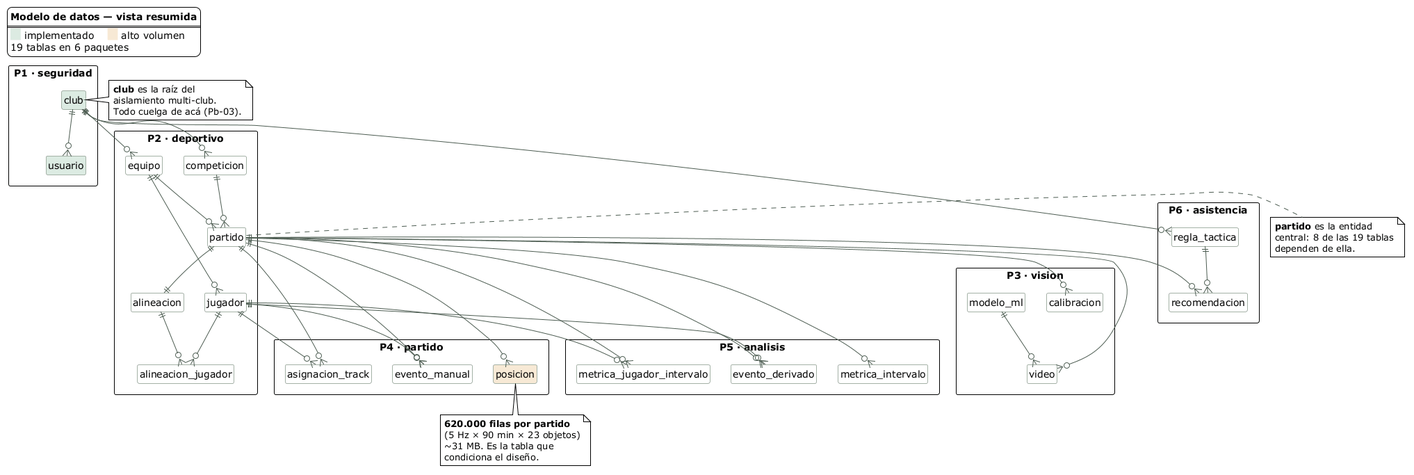
The PlantUML diagram docs/diagramas/modelo-datos-resumen.png in daniel-ol5/analisisfutbol, before a commit.
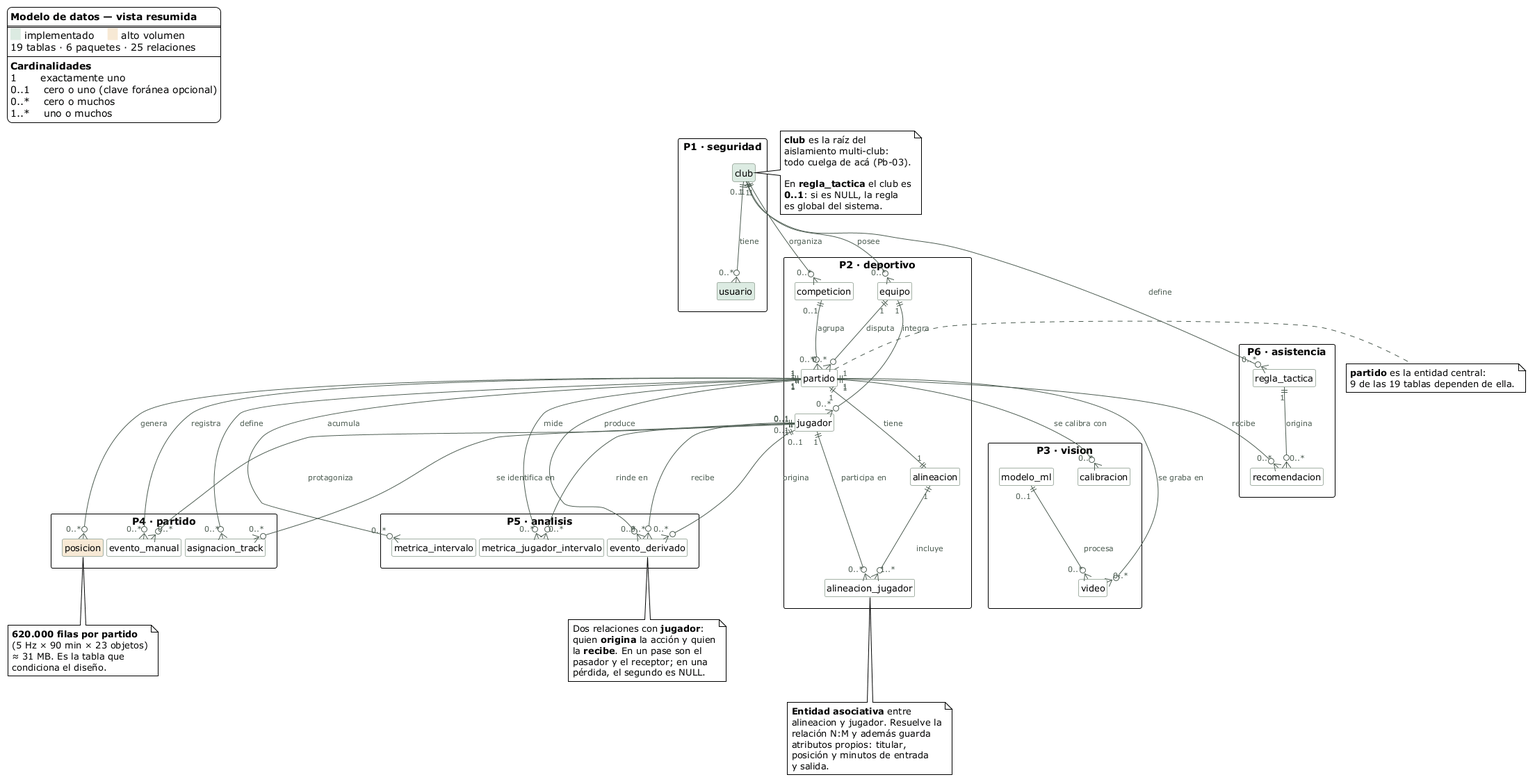
The same diagram one commit later.

Diff of the diagram source:
```diff
@@ -5,19 +5,28 @@
 hide members
 skinparam shadowing false
 skinparam packageStyle rectangle
-skinparam nodesep 30
-skinparam ranksep 45
+skinparam nodesep 35
+skinparam ranksep 60
 skinparam class {
   BackgroundColor White
   BorderColor #A4B2A6
   ArrowColor #4C5C51
+  FontSize 13
 }
+skinparam ArrowFontSize 11
+skinparam ArrowFontColor #4C5C51
 
 legend top left
   <b>Modelo de datos — vista resumida</b>
   ====
   <back:#DCEBE2>   </back> implementado    <back:#F7E9D5>   </back> alto volumen
-  19 tablas en 6 paquetes
+  19 tablas · 6 paquetes · 25 relaciones
+  ----
+  <b>Cardinalidades</b>
+  1       exactamente uno
+  0..1    cero o uno (clave foránea opcional)
+  0..*    cero o muchos
+  1..*    uno o muchos
 endlegend
 
 package "P1 · seguridad" {
@@ -57,54 +66,75 @@
   entity "recomendacion" as recomendacion
 }
 
-club ||--o{ usuario
-club ||--o{ equipo
-club ||--o{ competicion
-club ||--o{ regla
+club        "1"    ||--o{ "0..*" usuario       : tiene
+club        "1"    ||--o{ "0..*" equipo        : posee
+club        "1"    ||--o{ "0..*" competicion   : organiza
+club        "0..1" ||--o{ "0..*" regla         : define
 
-equipo ||--o{ jugador
-equipo ||--o{ partido
-competicion ||--o{ partido
-partido ||--|| alineacion
-alineacion ||--o{ alin_jug
-jugador ||--o{ alin_jug
+equipo      "1"    ||--o{ "0..*" jugador       : integra
+equipo      "1"    ||--o{ "0..*" partido       : disputa
+competicion "0..1" ||--o{ "0..*" partido       : agrupa
+partido     "1"    ||--|| "1"    alineacion    : tiene
+alineacion  "1"    ||--o{ "1..*" alin_jug      : incluye
+jugador     "1"    ||--o{ "0..*" alin_jug      : participa en
 
-partido ||--o{ calibracion
-partido ||--o{ video
-modelo ||--o{ video
+partido     "1"    ||--o{ "0..*" calibracion   : se calibra con
+partido     "1"    ||--o{ "0..*" video         : se graba en
+modelo      "0..1" ||--o{ "0..*" video         : procesa
 
-partido ||--o{ posicion
-partido ||--o{ asig_track
-jugador ||--o{ asig_track
-partido ||--o{ ev_manual
-jugador ||--o{ ev_manual
+partido     "1"    ||--o{ "0..*" posicion      : genera
+partido     "1"    ||--o{ "0..*" asig_track    : define
+jugador     "0..1" ||--o{ "0..*" asig_track    : se identifica en
+partido     "1"    ||--o{ "0..*" ev_manual     : registra
+jugador     "0..1" ||--o{ "0..*" ev_manual     : protagoniza
 
-partido ||--o{ m_intervalo
-partido ||--o{ m_jugador
-jugador ||--o{ m_jugador
-partido ||--o{ ev_derivado
-jugador ||--o{ ev_derivado
+partido     "1"    ||--o{ "0..*" m_intervalo   : acumula
+partido     "1"    ||--o{ "0..*" m_jugador     : mide
+jugador     "1"    ||--o{ "0..*" m_jugador     : rinde en
+partido     "1"    ||--o{ "0..*" ev_derivado   : produce
+jugador     "0..1" ||--o{ "0..*" ev_derivado   : origina
+jugador     "0..1" ||--o{ "0..*" ev_derivado   : recibe
 
-partido ||--o{ recomendacion
-regla ||--o{ recomendacion
+partido     "1"    ||--o{ "0..*" recomendacion : recibe
+regla       "1"    ||--o{ "0..*" recomendacion : origina
 
 note right of club
   **club** es la raíz del
-  aislamiento multi-club.
-  Todo cuelga de acá (Pb-03).
+  aislamiento multi-club:
+  todo cuelga de acá (Pb-03).
+
+  En **regla_tactica** el club es
+  **0..1**: si es NULL, la regla
+  es global del sistema.
 end note
 
 note bottom of posicion
   **620.000 filas por partido**
   (5 Hz × 90 min × 23 objetos)
-  ~31 MB. Es la tabla que
+  ≈ 31 MB. Es la tabla que
   condiciona el diseño.
 end note
 
 note right of partido
-  **partido** es la entidad
-  central: 8 de las 19 tablas
-  dependen de ella.
+  **partido** es la entidad central:
+  9 de las 19 tablas dependen de ella.
+end note
+
+note bottom of alin_jug
+  **Entidad asociativa** entre
+  alineacion y jugador. Resuelve la
+  relación N:M y además guarda
+  atributos propios: titular,
+  posición y minutos de entrada
+  y salida.
+end note
+
+note bottom of ev_derivado
+  Dos relaciones con **jugador**:
+  quien **origina** la acción y quien
+  la **recibe**. En un pase son el
+  pasador y el receptor; en una
+  pérdida, el segundo es NULL.
 end note
 
 @enduml
```
